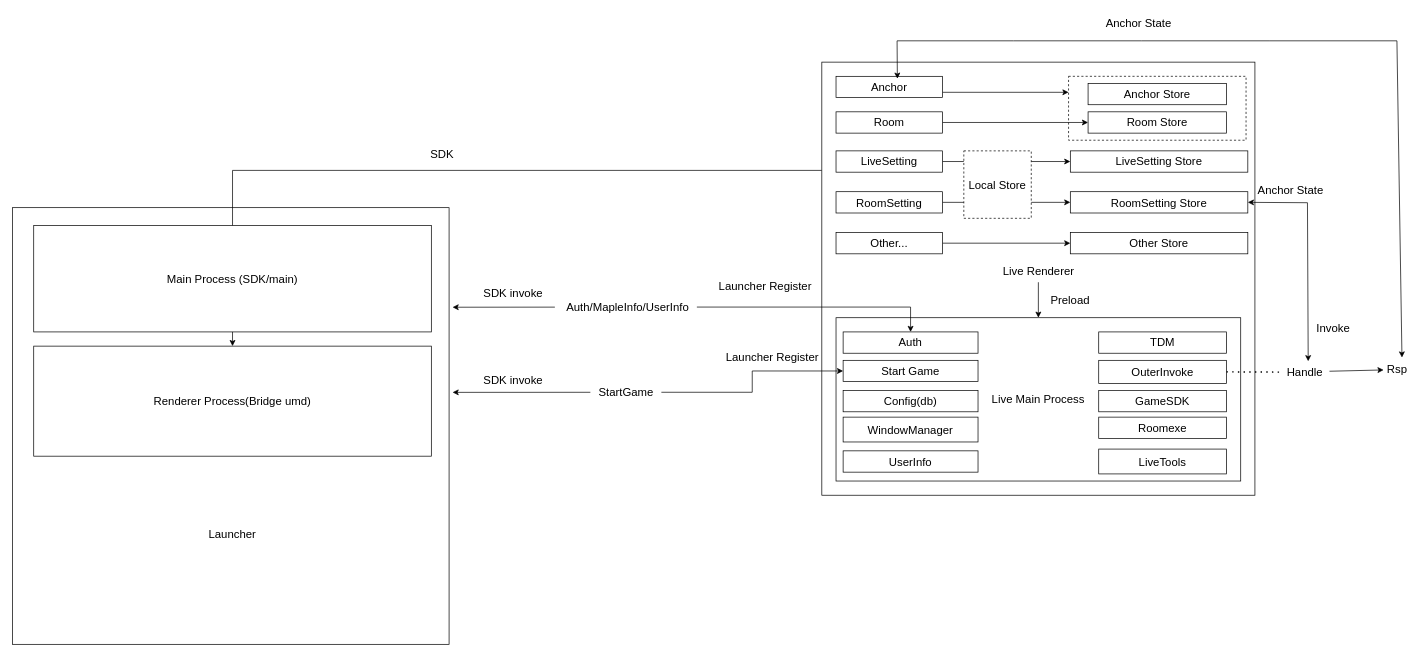
Earlier version of the draw.io diagram 未命名绘图.drawio (draw-org/live). Source tidied: cells renumbered, new cells numbered last; positions are measured from the earlier drawing's top-left corner, leaving out a move shared by most shapes. Both pictures are drawn from the tidied source at 71%, with x=0, y=0 at pixel (12, 12).
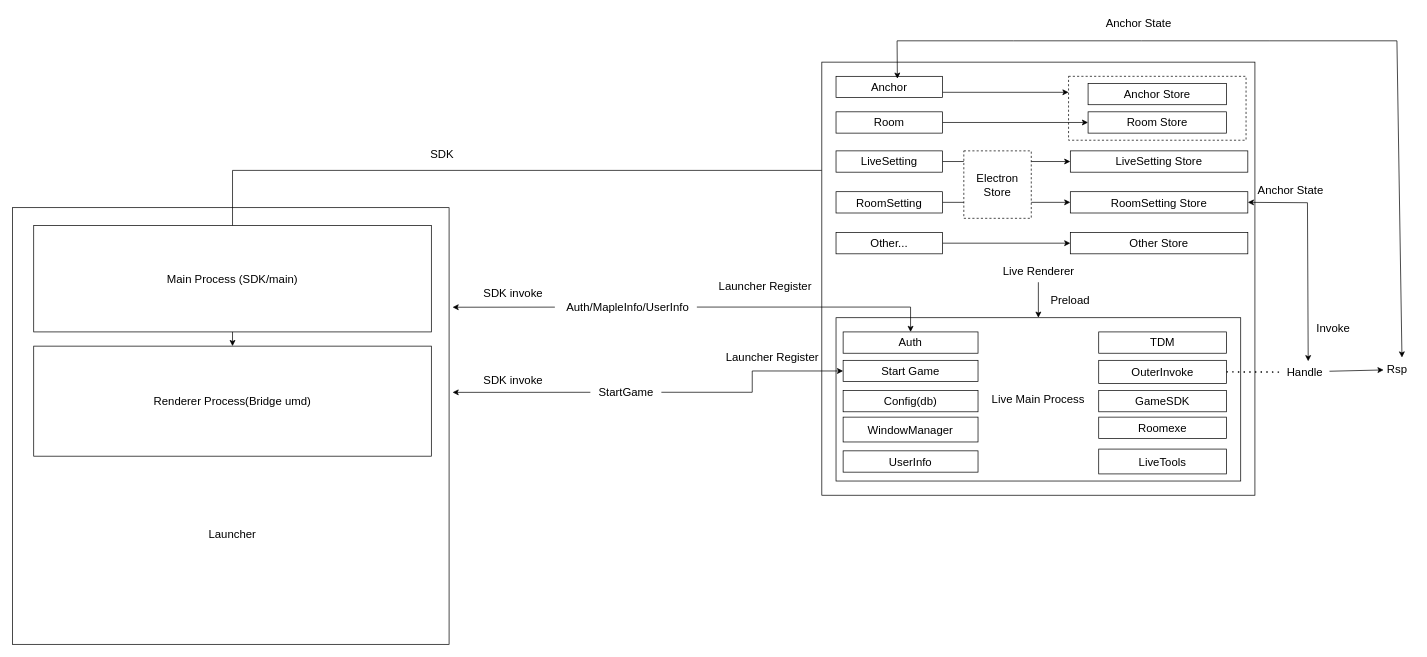
The same page after the edit.

Commit message (it also covers changes not shown here):
更新未命名绘图.drawio

The edit, as a diff of the source:
```diff
@@
-    <mxCell id="53" value="Local Store" style="html=1;fontSize=16;labelBackgroundColor=none;whiteSpace=wrap;dashed=1;strokeWidth=1;" parent="1" vertex="1">
+    <mxCell id="53" value="Electron Store" style="html=1;fontSize=16;labelBackgroundColor=none;whiteSpace=wrap;dashed=1;strokeWidth=1;" parent="1" vertex="1">
       <mxGeometry x="1340" y="195" width="95" height="95" as="geometry" />
     </mxCell>
```
